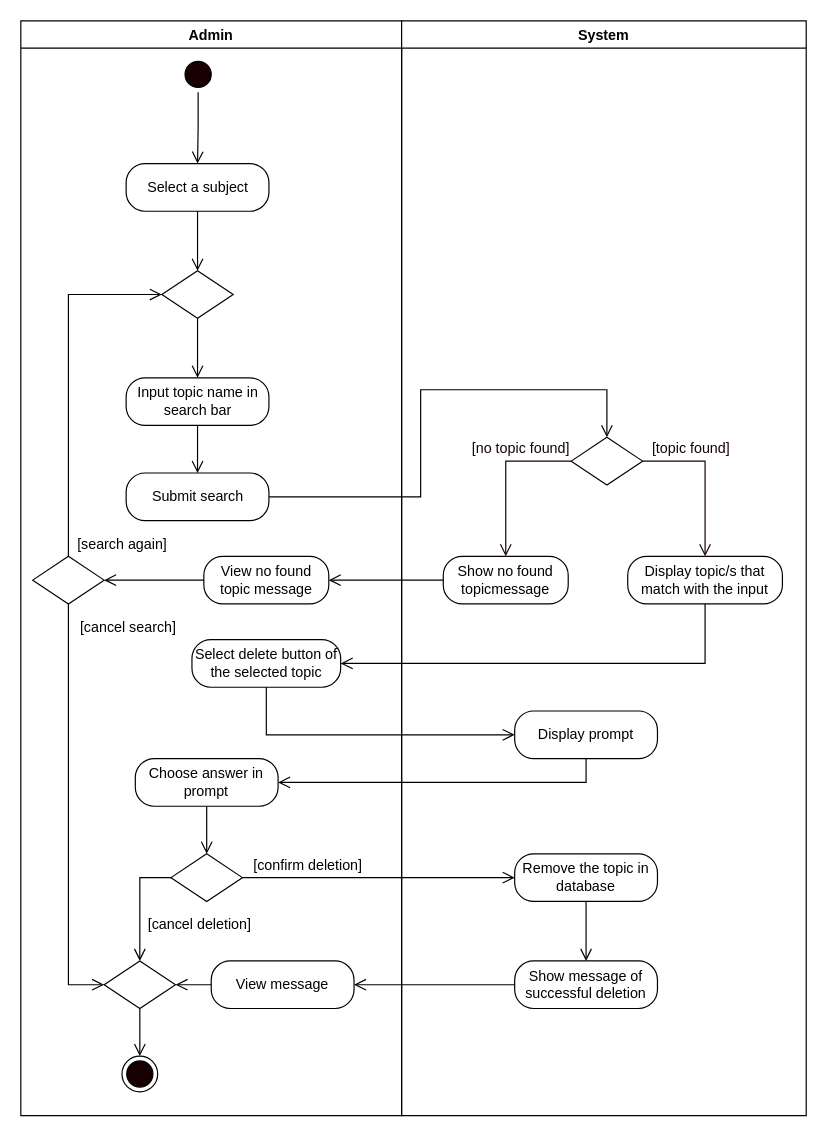
This is page "Delete Topic" (6 of 12) of REVISIONS/UML-DIAGRAMS/6-28-2021/ACTIVITY DIAGRAM/ACTIVITY DIAGRAM2.drawio from mrklglsn/CAPSTONE-FILES, a draw.io file, before an edit. Source tidied: cells renumbered, new cells numbered last; positions are measured from the earlier drawing's top-left corner, leaving out a move shared by most shapes. Both pictures are drawn from the tidied source at 119%, with x=0, y=0 at pixel (20, 20).
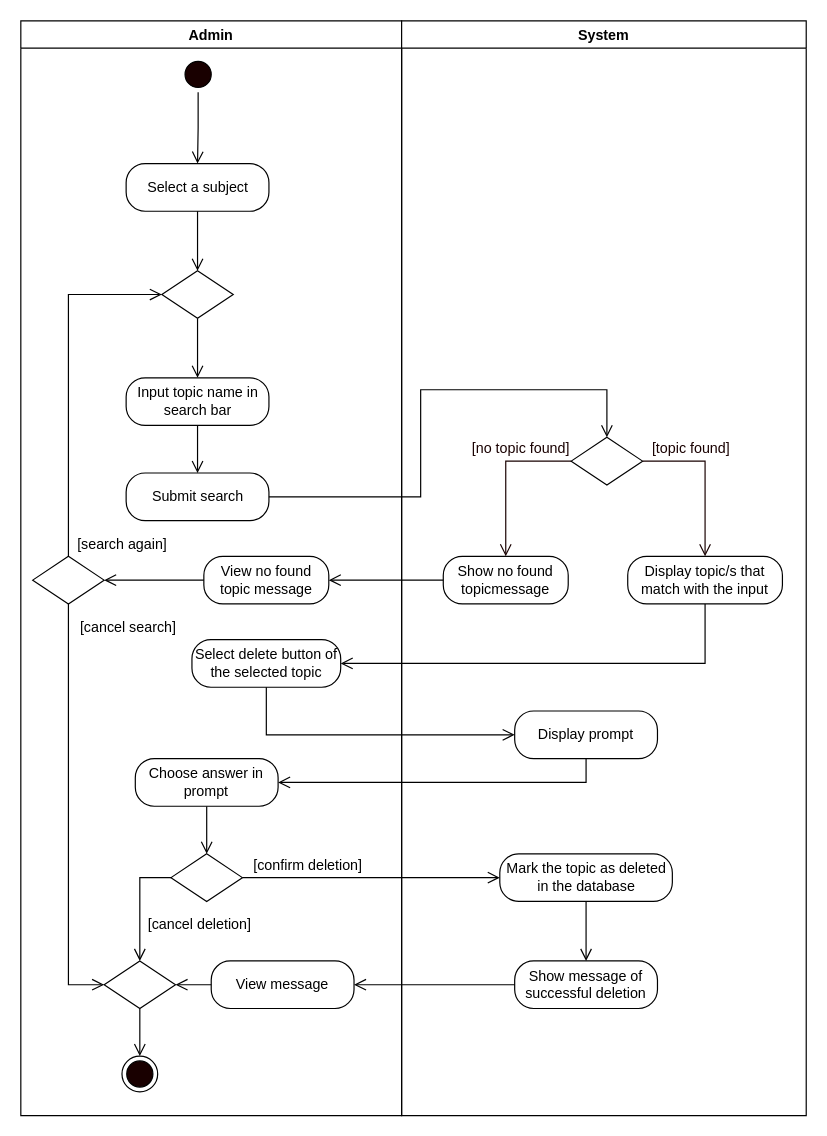
The same diagram, later.

Unchanged cells that the change refers to:
```xml
<mxCell id="25" value="System" style="swimlane;" parent="1" vertex="1">
  <mxGeometry x="320" width="340" height="920" as="geometry" />
</mxCell>
```

Change to the diagram source:
```diff
@@
-    <mxCell id="32" value="Remove the topic in database" style="rounded=1;whiteSpace=wrap;html=1;arcSize=40;" parent="25" vertex="1">
-      <mxGeometry x="95" y="700" width="120" height="40" as="geometry" />
+    <mxCell id="32" value="Mark the topic as deleted in the database" style="rounded=1;whiteSpace=wrap;html=1;arcSize=40;" parent="25" vertex="1">
+      <mxGeometry x="82.5" y="700" width="145" height="40" as="geometry" />
     </mxCell>
```
